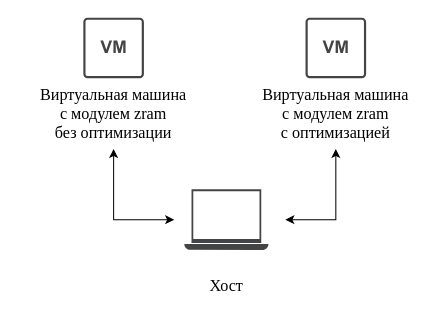
Earlier version of the draw.io diagram docs/diploma/schemes/testing-scheme.drawio (hamzreg/bmstu-diploma). Source tidied: cells renumbered, new cells numbered last; positions are measured from the earlier drawing's top-left corner, leaving out a move shared by most shapes. Both pictures are drawn from the tidied source at 101%, with x=0, y=0 at pixel (17, 17).
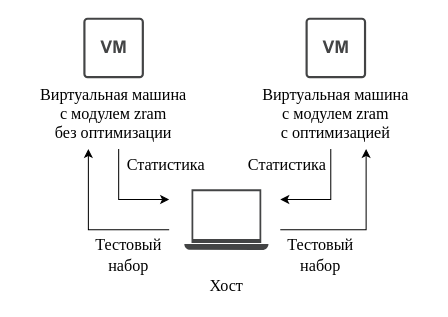
The same page after the edit.

What changed in the source:
```diff
@@
-    <mxCell id="8" style="endArrow=classic;startArrow=classic;html=1;rounded=0;" parent="1" edge="1">
-      <mxGeometry relative="1" as="geometry">
-        <mxPoint x="95" y="130" as="sourcePoint" />
-        <mxPoint x="155" y="200" as="targetPoint" />
-        <Array as="points">
-          <mxPoint x="95" y="200" />
-        </Array>
-      </mxGeometry>
-    </mxCell>
-    <mxCell id="9" style="endArrow=classic;startArrow=classic;html=1;rounded=0;" parent="1" edge="1">
-      <mxGeometry relative="1" as="geometry">
-        <mxPoint x="265" y="200" as="sourcePoint" />
-        <mxPoint x="315" y="130" as="targetPoint" />
-        <Array as="points">
-          <mxPoint x="315" y="200" />
-        </Array>
-      </mxGeometry>
-    </mxCell>
+    <mxCell id="10" style="endArrow=classic;html=1;rounded=0;" parent="1" edge="1">
+      <mxGeometry relative="1" as="geometry">
+        <mxPoint x="150" y="210" as="sourcePoint" />
+        <mxPoint x="70" y="130" as="targetPoint" />
+        <Array as="points">
+          <mxPoint x="70" y="210" />
+        </Array>
+      </mxGeometry>
+    </mxCell>
+    <mxCell id="11" style="endArrow=classic;html=1;rounded=0;" parent="1" edge="1">
+      <mxGeometry relative="1" as="geometry">
+        <mxPoint x="260" y="210" as="sourcePoint" />
+        <mxPoint x="345" y="130" as="targetPoint" />
+        <Array as="points">
+          <mxPoint x="345" y="210" />
+        </Array>
+      </mxGeometry>
+    </mxCell>
+    <mxCell id="12" value="Тестовый набор" style="text;html=1;strokeColor=none;fillColor=none;align=center;verticalAlign=middle;whiteSpace=wrap;rounded=0;fontFamily=Times New Roman;fontSize=16;" parent="1" vertex="1">
+      <mxGeometry x="80" y="220" width="60" height="30" as="geometry" />
+    </mxCell>
+    <mxCell id="13" value="Тестовый набор" style="text;html=1;strokeColor=none;fillColor=none;align=center;verticalAlign=middle;whiteSpace=wrap;rounded=0;fontFamily=Times New Roman;fontSize=16;" parent="1" vertex="1">
+      <mxGeometry x="270" y="220" width="60" height="30" as="geometry" />
+    </mxCell>
+    <mxCell id="14" style="endArrow=classic;html=1;rounded=0;" parent="1" edge="1">
+      <mxGeometry relative="1" as="geometry">
+        <mxPoint x="100" y="130" as="sourcePoint" />
+        <mxPoint x="150" y="180" as="targetPoint" />
+        <Array as="points">
+          <mxPoint x="100" y="180" />
+        </Array>
+      </mxGeometry>
+    </mxCell>
+    <mxCell id="15" value="Статистика" style="text;html=1;strokeColor=none;fillColor=none;align=center;verticalAlign=middle;whiteSpace=wrap;rounded=0;fontFamily=Times New Roman;fontSize=16;" parent="1" vertex="1">
+      <mxGeometry x="116.7" y="130" width="60" height="30" as="geometry" />
+    </mxCell>
+    <mxCell id="16" style="endArrow=classic;html=1;rounded=0;" parent="1" edge="1">
+      <mxGeometry relative="1" as="geometry">
+        <mxPoint x="310" y="130" as="sourcePoint" />
+        <mxPoint x="260" y="180" as="targetPoint" />
+        <Array as="points">
+          <mxPoint x="310" y="180" />
+        </Array>
+      </mxGeometry>
+    </mxCell>
+    <mxCell id="17" value="Статистика" style="text;html=1;strokeColor=none;fillColor=none;align=center;verticalAlign=middle;whiteSpace=wrap;rounded=0;fontFamily=Times New Roman;fontSize=16;" parent="1" vertex="1">
+      <mxGeometry x="236.7" y="130" width="60" height="30" as="geometry" />
+    </mxCell>
```
